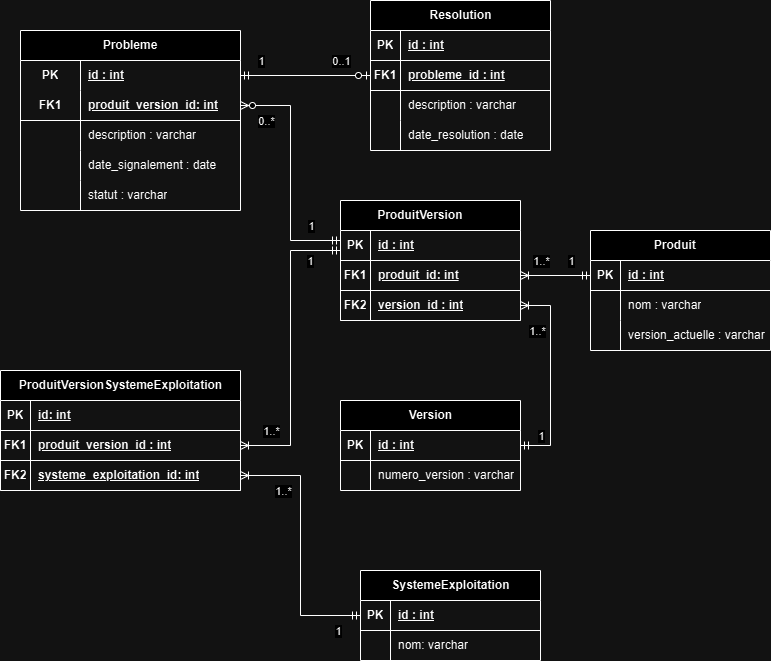
ClementBartholome/P6-Dotnet keeps this draw.io diagram as P6.drawio.png. Above is the earlier version. Source tidied: cells renumbered, new cells last; positions are measured from the earlier drawing's top-left corner, leaving out a move shared by most shapes.
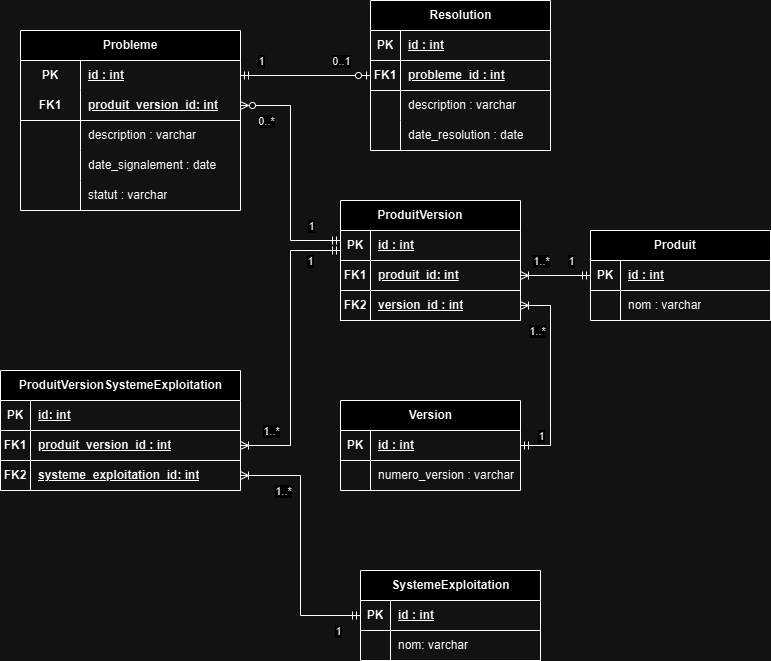
Later version of the same file.

What changed in the source:
```diff
@@ -51,7 +51,7 @@
       <mxGeometry x="60" width="160" height="30" as="geometry" />
     </mxCell>
     <mxCell id="18" value="Produit&lt;span style=&quot;white-space: pre;&quot;&gt;&#9;&lt;/span&gt;" style="shape=table;startSize=30;rowLines=0;fontStyle=1;align=center;html=1;" parent="1" vertex="1">
-      <mxGeometry x="590" y="230" width="180" height="120" as="geometry" />
+      <mxGeometry x="590" y="230" width="180" height="90" as="geometry" />
     </mxCell>
     <mxCell id="19" style="shape=tableRow;horizontal=0;startSize=0;swimlaneHead=0;swimlaneBody=0;fillColor=none;points=[[0,0.5],[1,0.5]];portConstraint=eastwest;top=0;left=0;right=0;bottom=1;" parent="18" vertex="1">
       <mxGeometry y="30" width="180" height="30" as="geometry" />
@@ -71,15 +71,6 @@
     <mxCell id="24" value="nom : varchar" style="shape=partialRectangle;fillColor=none;top=0;left=0;bottom=0;right=0;align=left;spacingLeft=6;overflow=hidden;whiteSpace=wrap;html=1;" parent="22" vertex="1">
       <mxGeometry x="30" width="150" height="30" as="geometry" />
     </mxCell>
-    <mxCell id="25" style="shape=tableRow;horizontal=0;startSize=0;swimlaneHead=0;swimlaneBody=0;fillColor=none;top=0;left=0;right=0;bottom=0;" parent="18" vertex="1">
-      <mxGeometry y="90" width="180" height="30" as="geometry" />
-    </mxCell>
-    <mxCell id="26" style="shape=partialRectangle;fillColor=none;top=0;left=0;bottom=0;right=0;overflow=hidden;whiteSpace=wrap;html=1;" parent="25" vertex="1">
-      <mxGeometry width="30" height="30" as="geometry" />
-    </mxCell>
-    <mxCell id="27" value="version_actuelle : varchar" style="shape=partialRectangle;fillColor=none;top=0;left=0;bottom=0;right=0;align=left;spacingLeft=6;overflow=hidden;whiteSpace=wrap;html=1;" parent="25" vertex="1">
-      <mxGeometry x="30" width="150" height="30" as="geometry" />
-    </mxCell>
     <mxCell id="28" value="Resolution" style="shape=table;startSize=30;rowLines=0;fontStyle=1;align=center;html=1;" parent="1" vertex="1">
       <mxGeometry x="370" width="180" height="150" as="geometry" />
     </mxCell>
```
